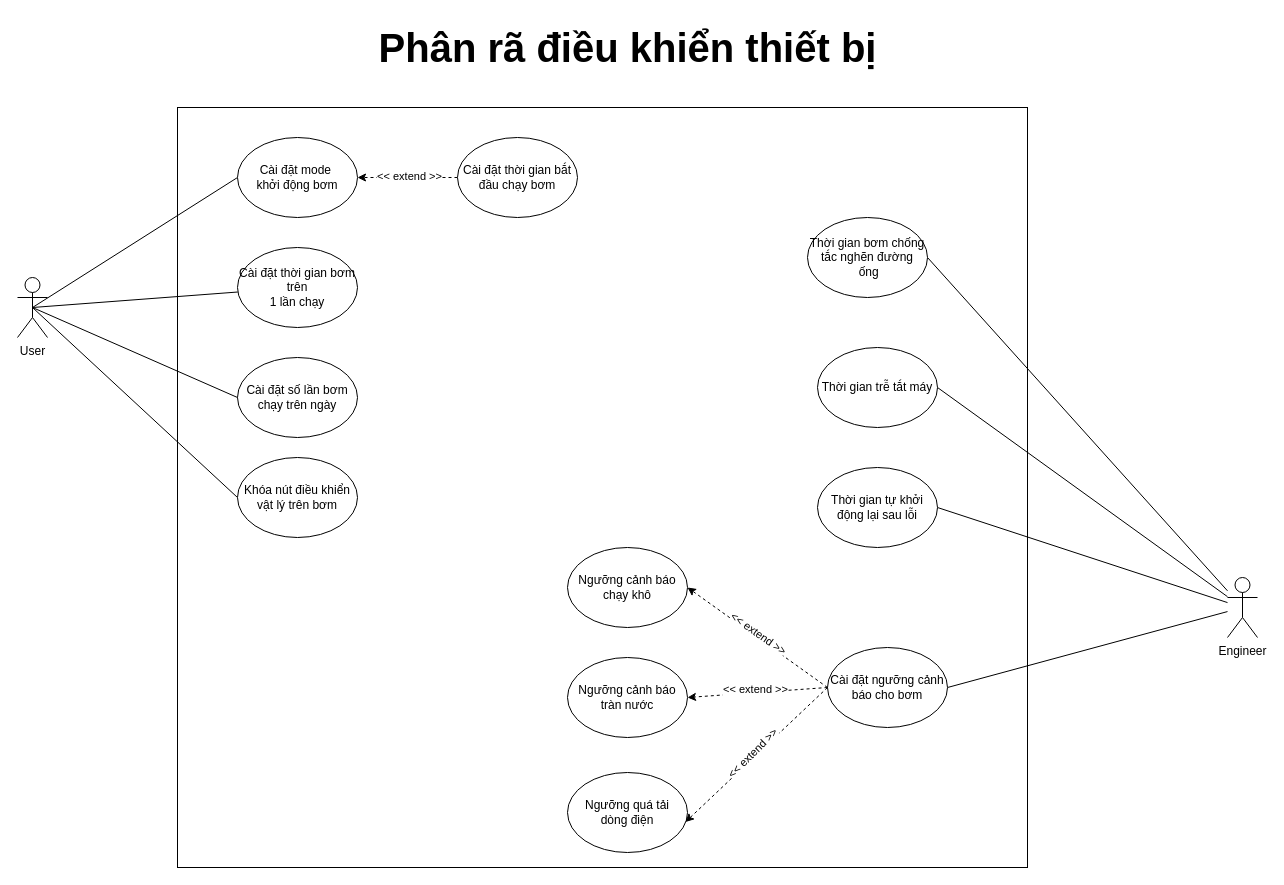
Earlier version of the draw.io diagram Usecase diagram/control_device_usecase.drawio (cuongceg/BTL-IT3120). Source tidied: cells renumbered, new cells numbered last; positions are measured from the earlier drawing's top-left corner, leaving out a move shared by most shapes. Both pictures are drawn from the tidied source at 100%, with x=0, y=0 at pixel (17, 17).
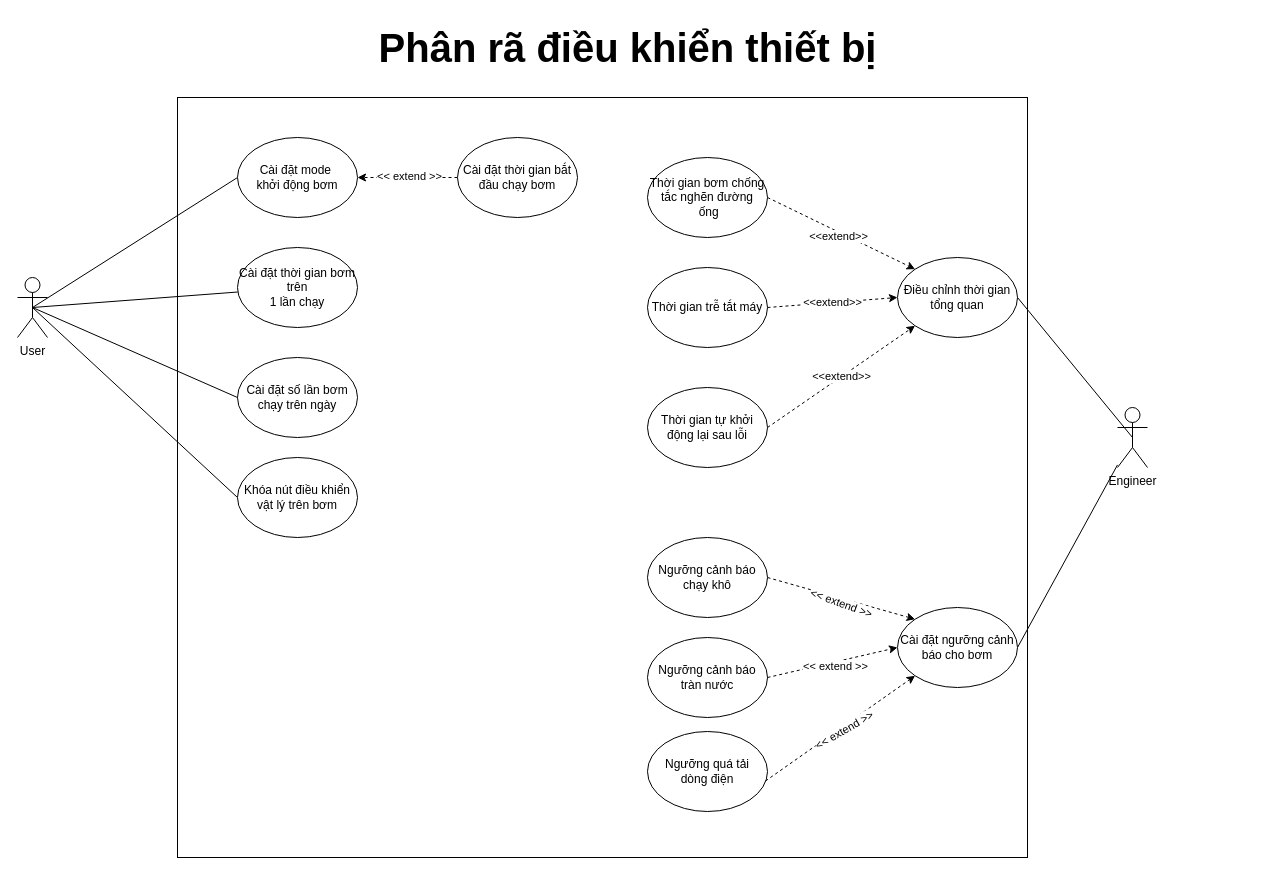
Above is the later version.

Commit message:
Thêm usecase Điều chỉnh thời gian

Change to the diagram source:
```diff
@@
-    <mxCell id="7" style="rounded=0;jettySize=auto;html=1;entryX=1;entryY=0.5;entryDx=0;entryDy=0;endArrow=none;startFill=0;" parent="1" edge="1" source="10" target="21">
-      <mxGeometry relative="1" as="geometry" />
-    </mxCell>
-    <mxCell id="8" style="rounded=0;jettySize=auto;html=1;entryX=1;entryY=0.5;entryDx=0;entryDy=0;endArrow=none;startFill=0;" parent="1" edge="1" source="10" target="18">
-      <mxGeometry relative="1" as="geometry" />
-    </mxCell>
-    <mxCell id="9" style="rounded=0;jettySize=auto;html=1;entryX=1;entryY=0.5;entryDx=0;entryDy=0;endArrow=none;startFill=0;" parent="1" edge="1" source="10" target="17">
-      <mxGeometry relative="1" as="geometry" />
-    </mxCell>
     <mxCell id="10" value="Engineer" style="shape=umlActor;verticalLabelPosition=bottom;verticalAlign=top;html=1;outlineConnect=0;" parent="1" vertex="1">
-      <mxGeometry x="1210" y="560" width="30" height="60" as="geometry" />
+      <mxGeometry x="1100" y="390" width="30" height="60" as="geometry" />
     </mxCell>
     <mxCell id="11" style="rounded=0;whiteSpace=wrap;html=1;fillColor=none;" parent="1" vertex="1">
-      <mxGeometry x="160" y="90" width="850" height="760" as="geometry" />
+      <mxGeometry x="160" y="80" width="850" height="760" as="geometry" />
     </mxCell>
@@
+    <mxCell id="34" value="&amp;lt;&amp;lt;extend&amp;gt;&amp;gt;" style="rounded=0;jettySize=auto;html=1;dashed=1;labelPosition=center;verticalLabelPosition=middle;align=center;verticalAlign=middle;endArrow=classic;startFill=0;endFill=1;exitX=1;exitY=0.5;exitDx=0;exitDy=0;entryX=0;entryY=0;entryDx=0;entryDy=0;" parent="1" edge="1" source="17" target="36">
+      <mxGeometry x="-0.01" y="-4" relative="1" as="geometry" />
+    </mxCell>
     <mxCell id="17" value="Thời gian bơm chống&lt;div&gt;tắc nghẽn đường&lt;/div&gt;&lt;div&gt;&amp;nbsp;ống&lt;/div&gt;" style="ellipse;whiteSpace=wrap;html=1;" parent="1" vertex="1">
-      <mxGeometry x="790" y="200" width="120" height="80" as="geometry" />
+      <mxGeometry x="630" y="140" width="120" height="80" as="geometry" />
     </mxCell>
     <mxCell id="18" value="Thời gian trễ tắt máy" style="ellipse;whiteSpace=wrap;html=1;" parent="1" vertex="1">
-      <mxGeometry x="800" y="330" width="120" height="80" as="geometry" />
+      <mxGeometry x="630" y="250" width="120" height="80" as="geometry" />
     </mxCell>
     <mxCell id="19" value="Ngưỡng cảnh báo tràn nước" style="ellipse;whiteSpace=wrap;html=1;" parent="1" vertex="1">
-      <mxGeometry x="550" y="640" width="120" height="80" as="geometry" />
+      <mxGeometry x="630" y="620" width="120" height="80" as="geometry" />
     </mxCell>
     <mxCell id="20" value="Ngưỡng quá tải&lt;div&gt;dòng điện&lt;/div&gt;" style="ellipse;whiteSpace=wrap;html=1;" parent="1" vertex="1">
-      <mxGeometry x="550" y="755" width="120" height="80" as="geometry" />
+      <mxGeometry x="630" y="714" width="120" height="80" as="geometry" />
     </mxCell>
+    <mxCell id="35" value="&amp;lt;&amp;lt;extend&amp;gt;&amp;gt;" style="rounded=0;jettySize=auto;html=1;exitX=1;exitY=0.5;exitDx=0;exitDy=0;entryX=0;entryY=1;entryDx=0;entryDy=0;dashed=1;" parent="1" edge="1" source="21" target="36">
+      <mxGeometry relative="1" as="geometry" />
+    </mxCell>
     <mxCell id="21" value="Thời gian tự khởi động lại sau lỗi" style="ellipse;whiteSpace=wrap;html=1;" parent="1" vertex="1">
-      <mxGeometry x="800" y="450" width="120" height="80" as="geometry" />
+      <mxGeometry x="630" y="370" width="120" height="80" as="geometry" />
     </mxCell>
@@
-    <mxCell id="25" style="rounded=0;jettySize=auto;html=1;entryX=1;entryY=0.5;entryDx=0;entryDy=0;dashed=1;exitX=0;exitY=0.5;exitDx=0;exitDy=0;" parent="1" edge="1" source="27" target="28">
+    <mxCell id="25" style="rounded=0;jettySize=auto;html=1;entryX=0;entryY=0;entryDx=0;entryDy=0;dashed=1;exitX=1;exitY=0.5;exitDx=0;exitDy=0;" parent="1" edge="1" source="28" target="27">
       <mxGeometry relative="1" as="geometry" />
     </mxCell>
-    <mxCell id="26" value="&amp;lt;&amp;lt; extend &amp;gt;&amp;gt;" style="edgeLabel;html=1;align=center;verticalAlign=middle;rotation=35;" parent="25" vertex="1">
+    <mxCell id="26" value="&amp;lt;&amp;lt; extend &amp;gt;&amp;gt;" style="edgeLabel;html=1;align=center;verticalAlign=middle;rotation=20;" parent="25" vertex="1">
       <mxGeometry x="0.02" y="-4" relative="1" as="geometry" />
     </mxCell>
     <mxCell id="27" value="Cài đặt ngưỡng cảnh báo cho bơm" style="ellipse;whiteSpace=wrap;html=1;" parent="1" vertex="1">
-      <mxGeometry x="810" y="630" width="120" height="80" as="geometry" />
+      <mxGeometry x="880" y="590" width="120" height="80" as="geometry" />
     </mxCell>
     <mxCell id="28" value="Ngưỡng cảnh báo chạy khô" style="ellipse;whiteSpace=wrap;html=1;" parent="1" vertex="1">
-      <mxGeometry x="550" y="530" width="120" height="80" as="geometry" />
+      <mxGeometry x="630" y="520" width="120" height="80" as="geometry" />
     </mxCell>
-    <mxCell id="29" style="rounded=0;jettySize=auto;html=1;entryX=1;entryY=0.5;entryDx=0;entryDy=0;dashed=1;exitX=0;exitY=0.5;exitDx=0;exitDy=0;" parent="1" edge="1" source="27" target="19">
+    <mxCell id="29" style="rounded=0;jettySize=auto;html=1;entryX=0;entryY=0.5;entryDx=0;entryDy=0;dashed=1;exitX=1;exitY=0.5;exitDx=0;exitDy=0;" parent="1" edge="1" source="19" target="27">
       <mxGeometry relative="1" as="geometry" />
     </mxCell>
@@
-    <mxCell id="31" style="rounded=0;jettySize=auto;html=1;entryX=0.983;entryY=0.619;entryDx=0;entryDy=0;dashed=1;exitX=0;exitY=0.5;exitDx=0;exitDy=0;entryPerimeter=0;" parent="1" edge="1" source="27" target="20">
+    <mxCell id="31" style="rounded=0;jettySize=auto;html=1;entryX=0;entryY=1;entryDx=0;entryDy=0;dashed=1;exitX=0.983;exitY=0.619;exitDx=0;exitDy=0;exitPerimeter=0;" parent="1" edge="1" source="20" target="27">
       <mxGeometry relative="1" as="geometry" />
     </mxCell>
-    <mxCell id="32" value="&amp;lt;&amp;lt; extend &amp;gt;&amp;gt;" style="edgeLabel;html=1;align=center;verticalAlign=middle;rotation=-45;" parent="31" vertex="1">
+    <mxCell id="32" value="&amp;lt;&amp;lt; extend &amp;gt;&amp;gt;" style="edgeLabel;html=1;align=center;verticalAlign=middle;rotation=-30;" parent="31" vertex="1">
       <mxGeometry x="0.02" y="-4" relative="1" as="geometry" />
     </mxCell>
@@
+    <mxCell id="36" value="Điều chỉnh thời gian tổng quan" style="ellipse;whiteSpace=wrap;html=1;" parent="1" vertex="1">
+      <mxGeometry x="880" y="240" width="120" height="80" as="geometry" />
+    </mxCell>
+    <mxCell id="37" style="rounded=0;jettySize=auto;html=1;exitX=1;exitY=0.5;exitDx=0;exitDy=0;entryX=0.5;entryY=0.5;entryDx=0;entryDy=0;entryPerimeter=0;endArrow=none;startFill=0;" parent="1" edge="1" source="36" target="10">
+      <mxGeometry relative="1" as="geometry" />
+    </mxCell>
+    <mxCell id="38" value="&amp;lt;&amp;lt;extend&amp;gt;&amp;gt;" style="rounded=0;jettySize=auto;html=1;exitX=1;exitY=0.5;exitDx=0;exitDy=0;entryX=0;entryY=0.5;entryDx=0;entryDy=0;dashed=1;startArrow=none;startFill=0;align=center;" parent="1" edge="1" source="18" target="36">
+      <mxGeometry relative="1" as="geometry" />
+    </mxCell>
```
